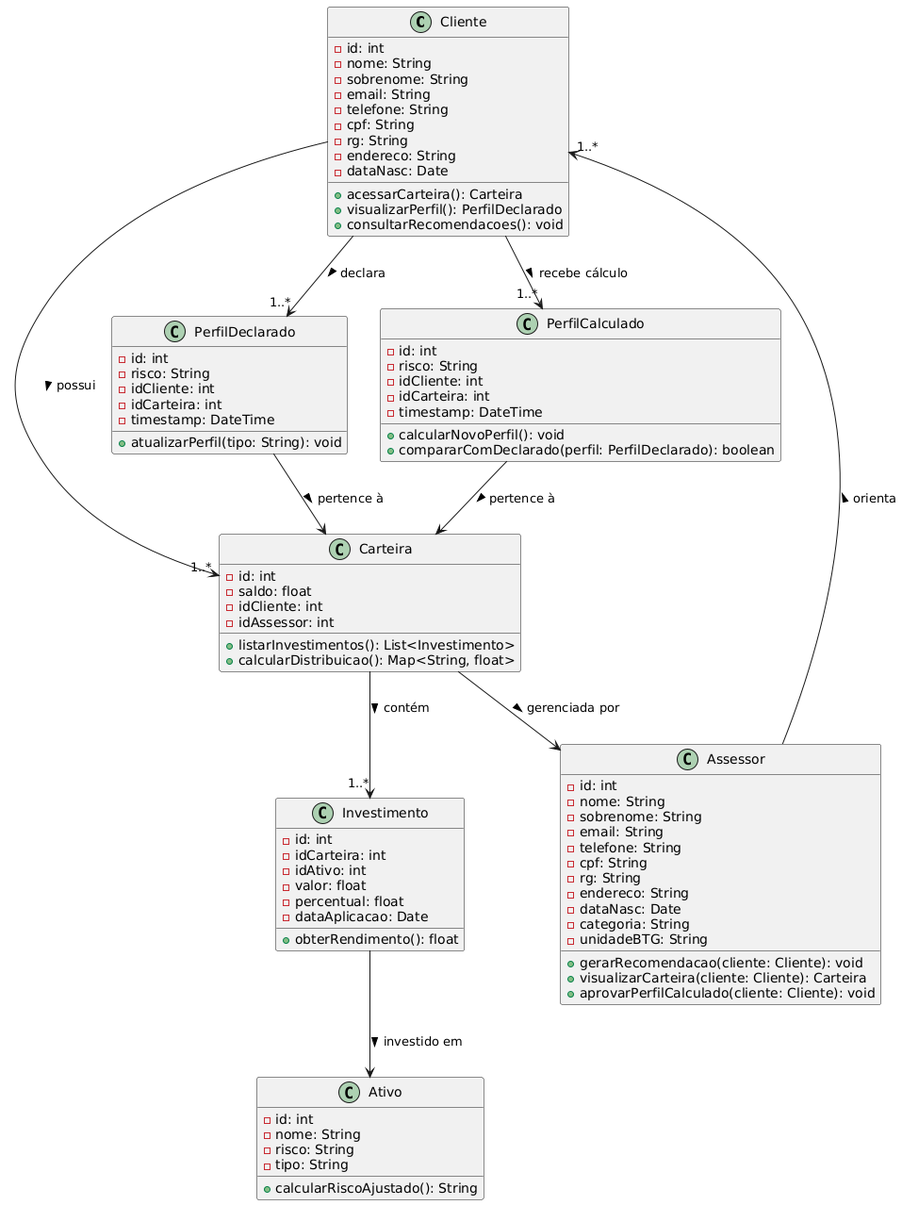
This is documentos/img/diagrama_de_classes.png from balb-0/DIANA, a PlantUML export, as it was before one commit. The source it was exported from:
```plantuml
@startuml

class Cliente {
  - id: int
  - nome: String
  - sobrenome: String
  - email: String
  - telefone: String
  - cpf: String
  - rg: String
  - endereco: String
  - dataNasc: Date
  + acessarCarteira(): Carteira
  + visualizarPerfil(): PerfilDeclarado
  + consultarRecomendacoes(): void
}

class Assessor {
  - id: int
  - nome: String
  - sobrenome: String
  - email: String
  - telefone: String
  - cpf: String
  - rg: String
  - endereco: String
  - dataNasc: Date
  - categoria: String
  - unidadeBTG: String
  + gerarRecomendacao(cliente: Cliente): void
  + visualizarCarteira(cliente: Cliente): Carteira
  + aprovarPerfilCalculado(cliente: Cliente): void
}

class Carteira {
  - id: int
  - saldo: float
  - idCliente: int
  - idAssessor: int
  + listarInvestimentos(): List<Investimento>
  + calcularDistribuicao(): Map<String, float>
}

class Investimento {
  - id: int
  - idCarteira: int
  - idAtivo: int
  - valor: float
  - percentual: float
  - dataAplicacao: Date
  + obterRendimento(): float
}

class Ativo {
  - id: int
  - nome: String
  - risco: String
  - tipo: String
  + calcularRiscoAjustado(): String
}

class PerfilDeclarado {
  - id: int
  - risco: String
  - idCliente: int
  - idCarteira: int
  - timestamp: DateTime
  + atualizarPerfil(tipo: String): void
}

class PerfilCalculado {
  - id: int
  - risco: String
  - idCliente: int
  - idCarteira: int
  - timestamp: DateTime
  + calcularNovoPerfil(): void
  + compararComDeclarado(perfil: PerfilDeclarado): boolean
}


Cliente --> "1..*" Carteira : possui >
Cliente --> "1..*" PerfilDeclarado : declara >
Cliente --> "1..*" PerfilCalculado : recebe cálculo >

Carteira --> "1..*" Investimento : contém >
Investimento --> Ativo : investido em >
Carteira --> Assessor : gerenciada por >

Assessor --> "1..*" Cliente : orienta >

PerfilDeclarado --> Carteira : pertence à >
PerfilCalculado --> Carteira : pertence à >
@enduml
```
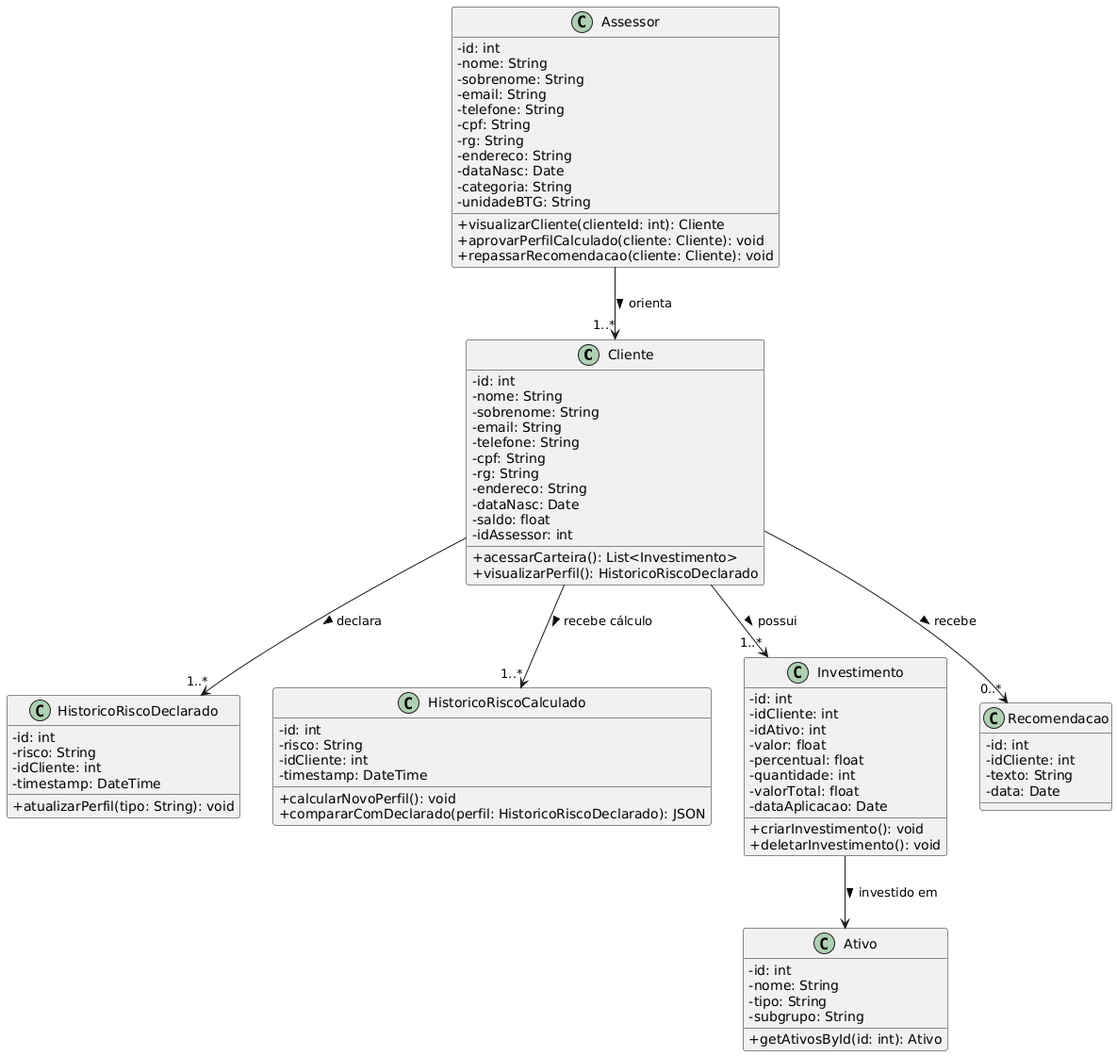
After the change.

Commit message:
docs: corrige o diagrama de classes

Change to the diagram source:
```diff
@@ -1,4 +1,6 @@
 @startuml
+skinparam classAttributeIconSize 0
+
 
 class Cliente {
   - id: int
@@ -10,9 +12,10 @@
   - rg: String
   - endereco: String
   - dataNasc: Date
-  + acessarCarteira(): Carteira
-  + visualizarPerfil(): PerfilDeclarado
-  + consultarRecomendacoes(): void
+  - saldo: float
+  - idAssessor: int
+  + acessarCarteira(): List<Investimento>
+  + visualizarPerfil(): HistoricoRiscoDeclarado
 }
 
 class Assessor {
@@ -27,68 +30,64 @@
   - dataNasc: Date
   - categoria: String
   - unidadeBTG: String
-  + gerarRecomendacao(cliente: Cliente): void
-  + visualizarCarteira(cliente: Cliente): Carteira
+  + visualizarCliente(clienteId: int): Cliente
   + aprovarPerfilCalculado(cliente: Cliente): void
+  + repassarRecomendacao(cliente: Cliente): void
 }
 
-class Carteira {
+class HistoricoRiscoDeclarado {
   - id: int
-  - saldo: float
+  - risco: String
   - idCliente: int
-  - idAssessor: int
-  + listarInvestimentos(): List<Investimento>
-  + calcularDistribuicao(): Map<String, float>
+  - timestamp: DateTime
+  + atualizarPerfil(tipo: String): void
+}
+
+class HistoricoRiscoCalculado {
+  - id: int
+  - risco: String
+  - idCliente: int
+  - timestamp: DateTime
+  + calcularNovoPerfil(): void
+  + compararComDeclarado(perfil: HistoricoRiscoDeclarado): JSON
 }
 
 class Investimento {
   - id: int
-  - idCarteira: int
+  - idCliente: int
   - idAtivo: int
   - valor: float
   - percentual: float
+  - quantidade: int
+  - valorTotal: float
   - dataAplicacao: Date
-  + obterRendimento(): float
+  + criarInvestimento(): void
+  + deletarInvestimento(): void
 }
 
 class Ativo {
   - id: int
   - nome: String
-  - risco: String
   - tipo: String
-  + calcularRiscoAjustado(): String
+  - subgrupo: String
+  + getAtivosById(id: int): Ativo
 }
 
-class PerfilDeclarado {
+class Recomendacao {
   - id: int
-  - risco: String
   - idCliente: int
-  - idCarteira: int
-  - timestamp: DateTime
-  + atualizarPerfil(tipo: String): void
-}
-
-class PerfilCalculado {
-  - id: int
-  - risco: String
-  - idCliente: int
-  - idCarteira: int
-  - timestamp: DateTime
-  + calcularNovoPerfil(): void
-  + compararComDeclarado(perfil: PerfilDeclarado): boolean
+  - texto: String
+  - data: Date
 }
 
 
-Cliente --> "1..*" Carteira : possui >
-Cliente --> "1..*" PerfilDeclarado : declara >
-Cliente --> "1..*" PerfilCalculado : recebe cálculo >
+Cliente --> "1..*" Investimento : possui >
+Investimento --> Ativo : investido em >
 
-Carteira --> "1..*" Investimento : contém >
-Investimento --> Ativo : investido em >
-Carteira --> Assessor : gerenciada por >
+Cliente --> "1..*" HistoricoRiscoDeclarado : declara >
+Cliente --> "1..*" HistoricoRiscoCalculado : recebe cálculo >
+
+Cliente --> "0..*" Recomendacao : recebe >
 
 Assessor --> "1..*" Cliente : orienta >
-
-PerfilDeclarado --> Carteira : pertence à >
-PerfilCalculado --> Carteira : pertence à >
 @enduml
```
